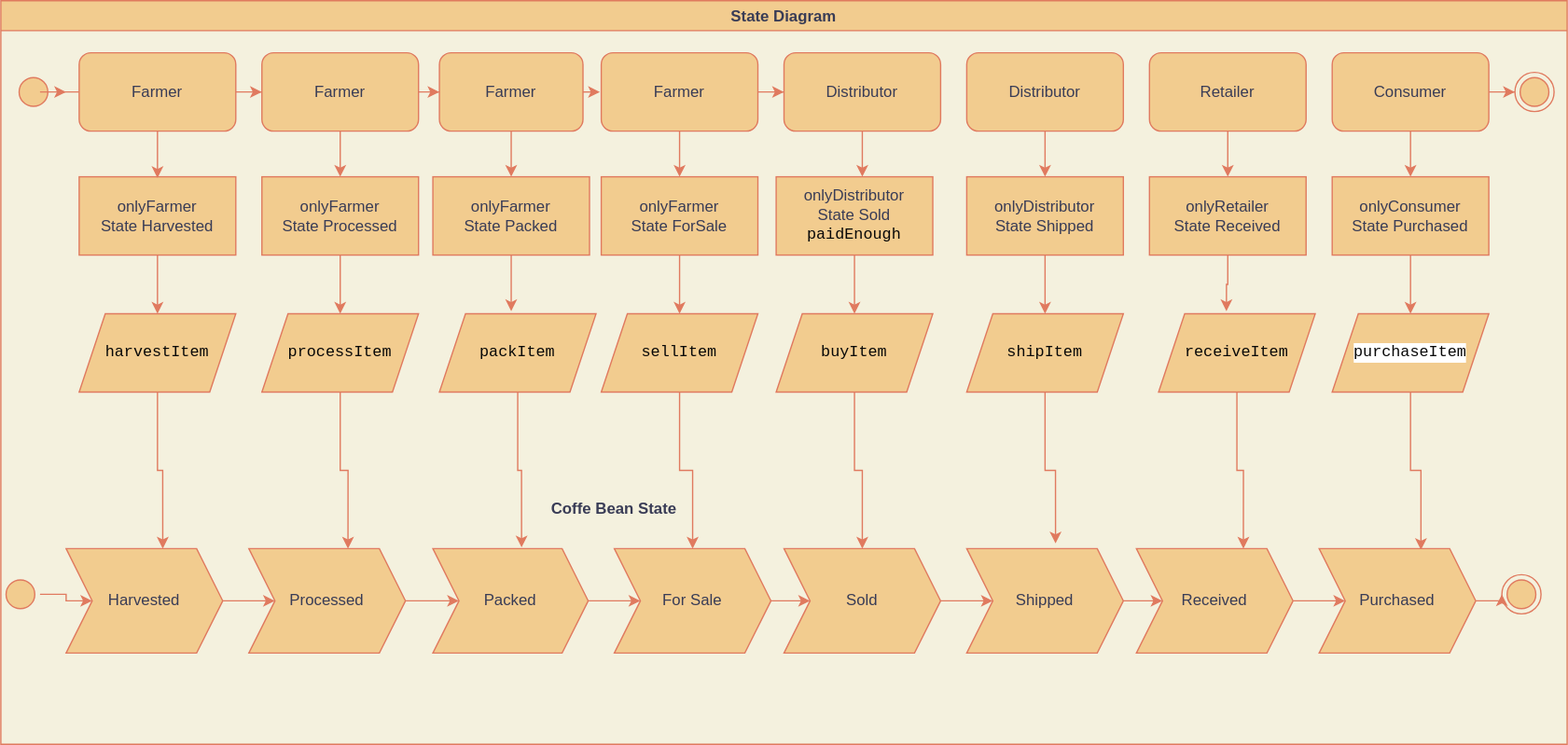
The draw.io diagram diagrams/state_diagram.svg in clementtrebuchet/nd1309-Project-6b, before a commit. Source tidied: cells renumbered, new cells last; positions are measured from the earlier drawing's top-left corner, leaving out a move shared by most shapes.
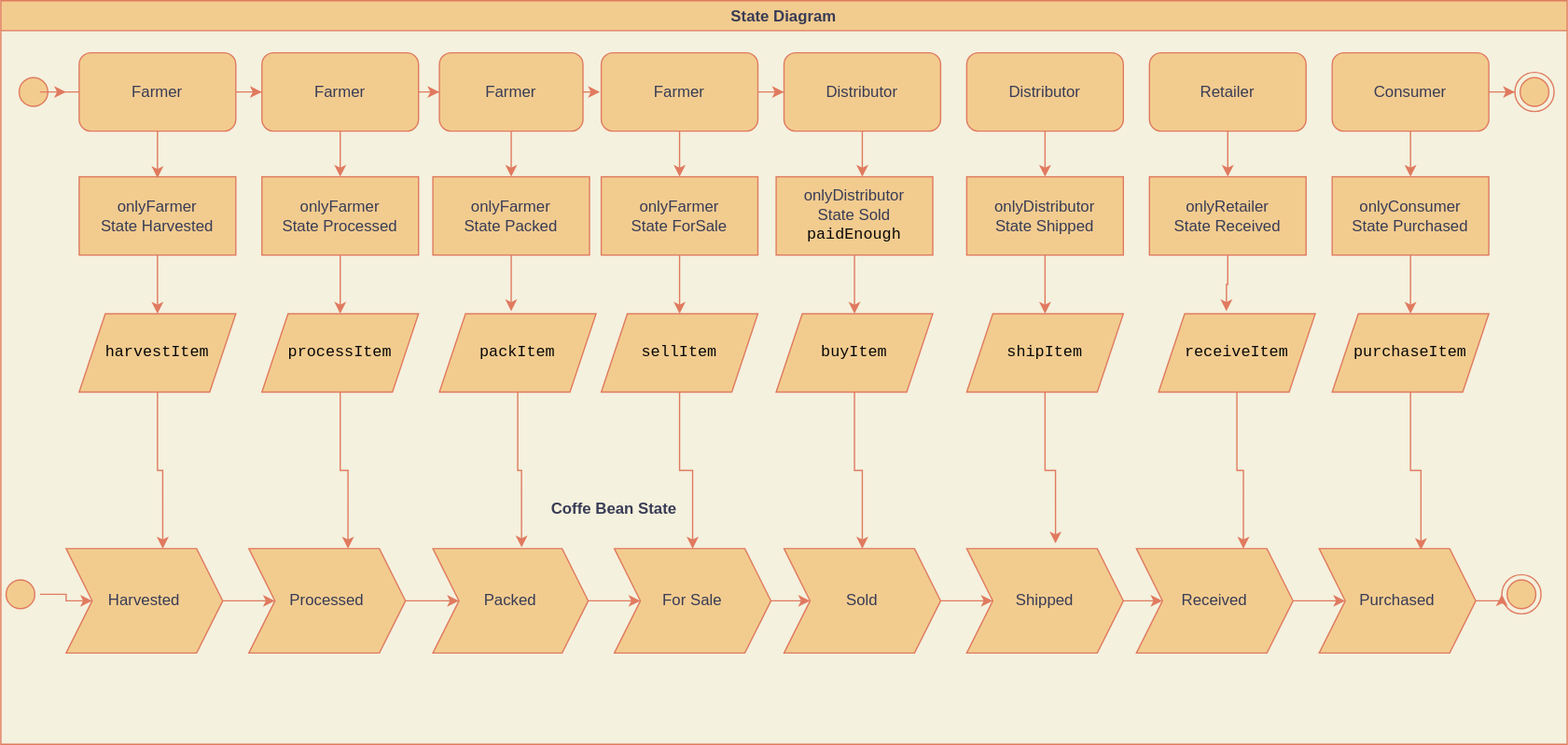
The same file after the commit.

Commit message:
Remove the background color of the font

Change to the diagram source:
```diff
@@ -158,7 +158,7 @@
     <mxCell id="52" style="edgeStyle=orthogonalEdgeStyle;rounded=0;jettySize=auto;html=1;entryX=0.65;entryY=0.013;entryDx=0;entryDy=0;entryPerimeter=0;labelBackgroundColor=#F4F1DE;strokeColor=#E07A5F;fontColor=#393C56;" parent="2" edge="1" source="53" target="69">
       <mxGeometry relative="1" as="geometry" />
     </mxCell>
-    <mxCell id="53" value="&lt;pre style=&quot;background-color: #ffffff ; color: #080808 ; font-family: &amp;#34;jetbrains mono&amp;#34; , monospace ; font-size: 9 0pt&quot;&gt;purchaseItem&lt;/pre&gt;" style="shape=parallelogram;perimeter=parallelogramPerimeter;whiteSpace=wrap;html=1;fixedSize=1;fillColor=#F2CC8F;strokeColor=#E07A5F;fontColor=#393C56;" parent="2" vertex="1">
+    <mxCell id="53" value="&lt;pre style=&quot;color: rgb(8 , 8 , 8) ; font-family: &amp;#34;jetbrains mono&amp;#34; , monospace&quot;&gt;purchaseItem&lt;/pre&gt;" style="shape=parallelogram;perimeter=parallelogramPerimeter;whiteSpace=wrap;html=1;fixedSize=1;fillColor=#F2CC8F;strokeColor=#E07A5F;fontColor=#393C56;" parent="2" vertex="1">
       <mxGeometry x="1020" y="240" width="120" height="60" as="geometry" />
     </mxCell>
     <mxCell id="54" style="edgeStyle=orthogonalEdgeStyle;rounded=0;jettySize=auto;html=1;entryX=0;entryY=0.5;entryDx=0;entryDy=0;labelBackgroundColor=#F4F1DE;strokeColor=#E07A5F;fontColor=#393C56;" parent="2" edge="1" source="55" target="57">
```
